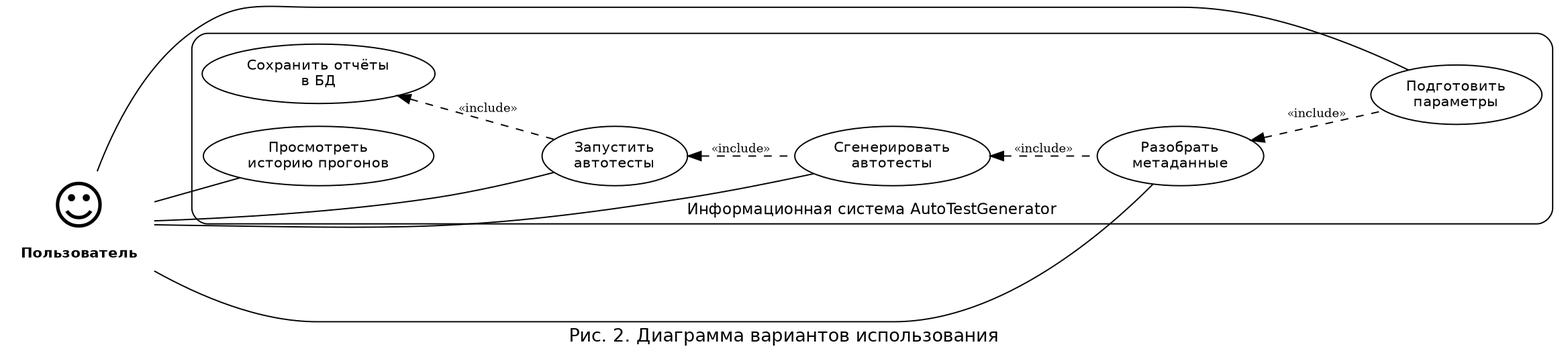
Earlier version of the Graphviz export diagrams/usecase.png (nastolbov/AutoTestGeneratorUpdate). Its source is kept beside it as diagrams/usecase.dot.
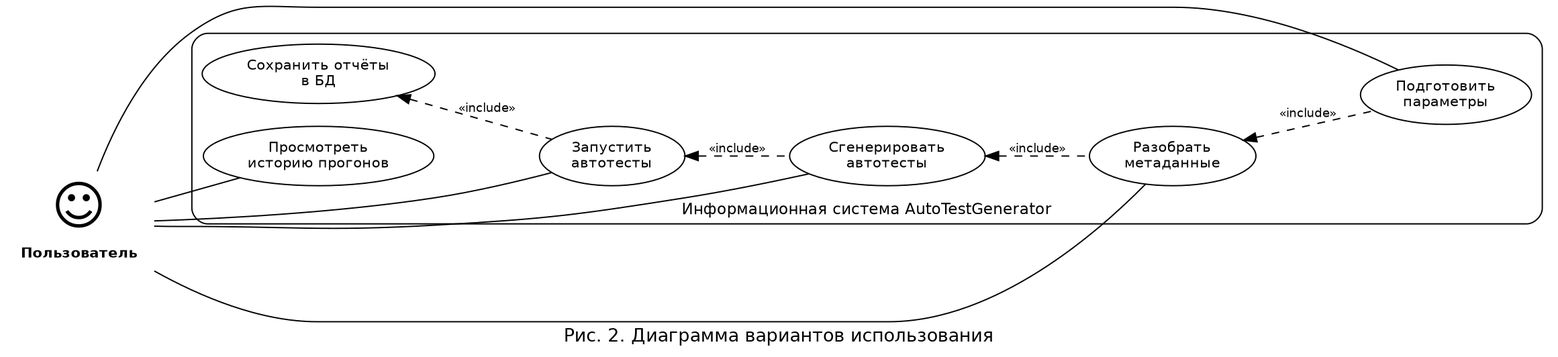
After the commit.

Diff of the diagram source:
```diff
@@ -1,22 +1,16 @@
-digraph UseCase {
-    rankdir=LR;
-    fontname="DejaVu Sans";
-    label="Рис. 2. Диаграмма вариантов использования";
-    labelloc="b";
-    fontsize=14;
-
+digraph UC {
+    rankdir=LR; fontname="DejaVu Sans"; fontsize=14;
+    label="Рис. 2. Диаграмма вариантов использования"; labelloc=b;
     node [fontname="DejaVu Sans", fontsize=11];
+    edge [color=black, fontname="DejaVu Sans", fontsize=10];
 
     Actor [shape=none, label=<<TABLE BORDER="0" CELLBORDER="0">
         <TR><TD><FONT POINT-SIZE="40">&#9786;</FONT></TD></TR>
         <TR><TD><B>Пользователь</B></TD></TR></TABLE>>];
 
-    subgraph cluster_system {
+    subgraph cluster_sys {
         label="Информационная система AutoTestGenerator";
-        style=rounded;
-        labelloc=b;
-        fontsize=12;
-
+        style=rounded; labelloc=b; fontsize=12;
         UC1 [shape=ellipse, label="Подготовить\nпараметры"];
         UC2 [shape=ellipse, label="Разобрать\nметаданные"];
         UC3 [shape=ellipse, label="Сгенерировать\nавтотесты"];
@@ -29,7 +23,6 @@
         UC4 -> UC3 [label="«include»", style=dashed, fontsize=9, dir=back];
         UC5 -> UC4 [label="«include»", style=dashed, fontsize=9, dir=back];
     }
-
     Actor -> UC1 [arrowhead=none];
     Actor -> UC2 [arrowhead=none];
     Actor -> UC3 [arrowhead=none];
```
